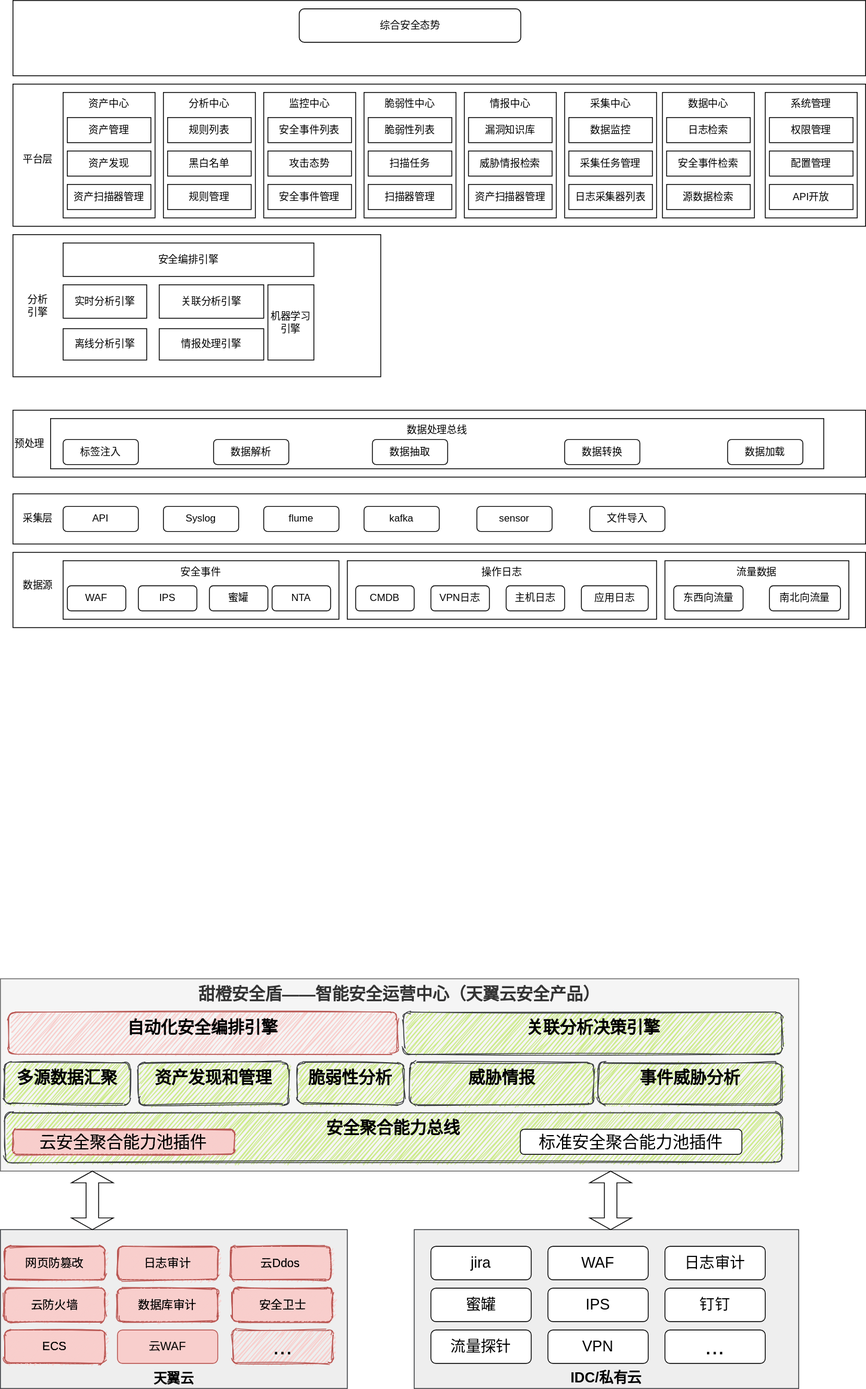
liujianqun/draw keeps this draw.io diagram as 安全大脑二期模块图.svg. Above is the earlier version. Source tidied: cells renumbered, new cells last; positions are measured from the earlier drawing's top-left corner, leaving out a move shared by most shapes.
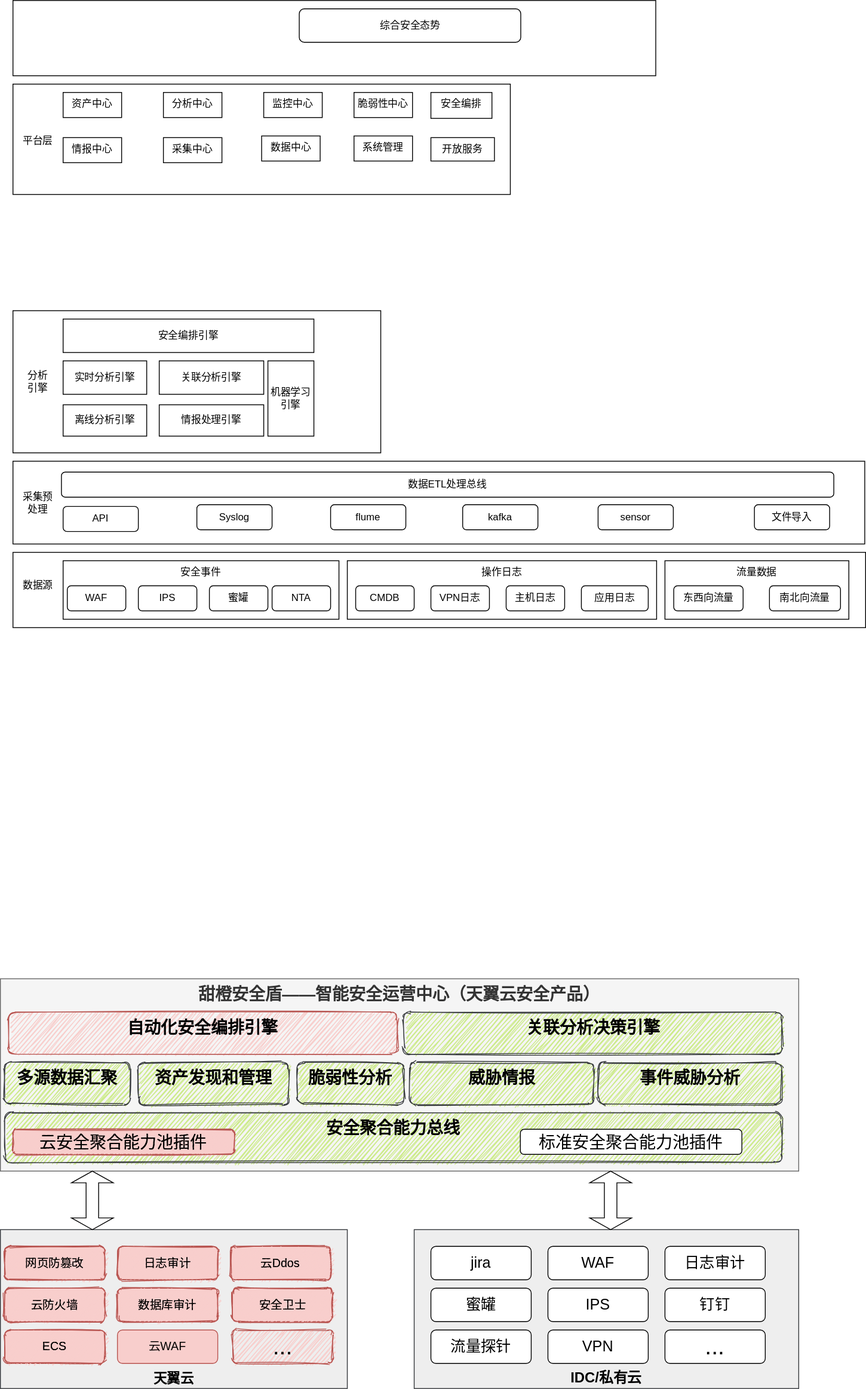
After the change.

Commit message:
Update 安全大脑二期模块图.svg

Diff of the diagram source:
```diff
@@ -2,86 +2,56 @@
   <root>
     <mxCell id="0" />
     <mxCell id="1" parent="0" />
-    <mxCell id="2" value="预处理" style="rounded=0;whiteSpace=wrap;html=1;align=left;" parent="1" vertex="1">
-      <mxGeometry x="15" y="490" width="1020" height="80" as="geometry" />
-    </mxCell>
-    <mxCell id="3" value="数据处理总线" style="rounded=0;whiteSpace=wrap;html=1;align=center;verticalAlign=top;" parent="1" vertex="1">
-      <mxGeometry x="60" y="500" width="925" height="60" as="geometry" />
-    </mxCell>
     <mxCell id="4" style="rounded=0;whiteSpace=wrap;html=1;" parent="1" vertex="1">
-      <mxGeometry x="15" width="1020" height="90" as="geometry" />
+      <mxGeometry x="15" width="769" height="90" as="geometry" />
     </mxCell>
     <mxCell id="5" value="综合安全态势" style="rounded=1;whiteSpace=wrap;html=1;" parent="1" vertex="1">
       <mxGeometry x="357.5" y="10" width="265" height="40" as="geometry" />
     </mxCell>
     <mxCell id="6" style="rounded=0;whiteSpace=wrap;html=1;" parent="1" vertex="1">
-      <mxGeometry x="15" y="100" width="1020" height="170" as="geometry" />
+      <mxGeometry x="15" y="100" width="595" height="132" as="geometry" />
     </mxCell>
     <mxCell id="7" value="平台层" style="text;html=1;strokeColor=none;fillColor=none;align=center;verticalAlign=middle;whiteSpace=wrap;rounded=0;" parent="1" vertex="1">
-      <mxGeometry x="25" y="180" width="40" height="20" as="geometry" />
+      <mxGeometry x="25" y="158" width="40" height="20" as="geometry" />
     </mxCell>
     <mxCell id="8" value="资产中心" style="rounded=0;whiteSpace=wrap;html=1;align=center;verticalAlign=top;" parent="1" vertex="1">
-      <mxGeometry x="75" y="110" width="110" height="150" as="geometry" />
+      <mxGeometry x="75" y="110" width="70" height="30" as="geometry" />
     </mxCell>
-    <mxCell id="9" value="资产管理" style="rounded=0;whiteSpace=wrap;html=1;" parent="1" vertex="1">
-      <mxGeometry x="80" y="140" width="100" height="30" as="geometry" />
-    </mxCell>
     <mxCell id="10" value="分析中心" style="rounded=0;whiteSpace=wrap;html=1;align=center;verticalAlign=top;" parent="1" vertex="1">
-      <mxGeometry x="195" y="110" width="110" height="150" as="geometry" />
+      <mxGeometry x="195" y="110" width="70" height="30" as="geometry" />
     </mxCell>
-    <mxCell id="11" value="规则列表" style="rounded=0;whiteSpace=wrap;html=1;" parent="1" vertex="1">
-      <mxGeometry x="200" y="140" width="100" height="30" as="geometry" />
-    </mxCell>
     <mxCell id="12" value="监控中心" style="rounded=0;whiteSpace=wrap;html=1;align=center;verticalAlign=top;" parent="1" vertex="1">
-      <mxGeometry x="315" y="110" width="110" height="150" as="geometry" />
+      <mxGeometry x="315" y="110" width="70" height="30" as="geometry" />
     </mxCell>
-    <mxCell id="13" value="安全事件列表" style="rounded=0;whiteSpace=wrap;html=1;" parent="1" vertex="1">
-      <mxGeometry x="320" y="140" width="100" height="30" as="geometry" />
-    </mxCell>
     <mxCell id="14" value="脆弱性中心" style="rounded=0;whiteSpace=wrap;html=1;align=center;verticalAlign=top;" parent="1" vertex="1">
-      <mxGeometry x="435" y="110" width="110" height="150" as="geometry" />
+      <mxGeometry x="423" y="110" width="70" height="30" as="geometry" />
     </mxCell>
-    <mxCell id="15" value="脆弱性列表" style="rounded=0;whiteSpace=wrap;html=1;" parent="1" vertex="1">
-      <mxGeometry x="440" y="140" width="100" height="30" as="geometry" />
-    </mxCell>
     <mxCell id="16" value="情报中心" style="rounded=0;whiteSpace=wrap;html=1;align=center;verticalAlign=top;" parent="1" vertex="1">
-      <mxGeometry x="555" y="110" width="110" height="150" as="geometry" />
+      <mxGeometry x="75" y="164" width="70" height="30" as="geometry" />
     </mxCell>
-    <mxCell id="17" value="漏洞知识库" style="rounded=0;whiteSpace=wrap;html=1;" parent="1" vertex="1">
-      <mxGeometry x="560" y="140" width="100" height="30" as="geometry" />
-    </mxCell>
     <mxCell id="18" value="采集中心" style="rounded=0;whiteSpace=wrap;html=1;align=center;verticalAlign=top;" parent="1" vertex="1">
-      <mxGeometry x="675" y="110" width="110" height="150" as="geometry" />
+      <mxGeometry x="195" y="164" width="70" height="30" as="geometry" />
     </mxCell>
-    <mxCell id="19" value="数据监控" style="rounded=0;whiteSpace=wrap;html=1;" parent="1" vertex="1">
-      <mxGeometry x="680" y="140" width="100" height="30" as="geometry" />
-    </mxCell>
     <mxCell id="20" value="系统管理" style="rounded=0;whiteSpace=wrap;html=1;align=center;verticalAlign=top;" parent="1" vertex="1">
-      <mxGeometry x="915" y="110" width="110" height="150" as="geometry" />
+      <mxGeometry x="423" y="162" width="70" height="30" as="geometry" />
     </mxCell>
-    <mxCell id="21" value="权限管理" style="rounded=0;whiteSpace=wrap;html=1;" parent="1" vertex="1">
-      <mxGeometry x="920" y="140" width="100" height="30" as="geometry" />
-    </mxCell>
     <mxCell id="22" value="数据中心" style="rounded=0;whiteSpace=wrap;html=1;align=center;verticalAlign=top;" parent="1" vertex="1">
-      <mxGeometry x="792" y="110" width="110" height="150" as="geometry" />
+      <mxGeometry x="312.5" y="162" width="70" height="30" as="geometry" />
     </mxCell>
-    <mxCell id="23" value="日志检索" style="rounded=0;whiteSpace=wrap;html=1;" parent="1" vertex="1">
-      <mxGeometry x="797" y="140" width="100" height="30" as="geometry" />
-    </mxCell>
     <mxCell id="24" style="rounded=0;whiteSpace=wrap;html=1;align=left;" parent="1" vertex="1">
-      <mxGeometry x="15" y="280" width="440" height="170" as="geometry" />
+      <mxGeometry x="15" y="371" width="440" height="170" as="geometry" />
     </mxCell>
     <mxCell id="25" value="分析引擎" style="text;html=1;strokeColor=none;fillColor=none;align=center;verticalAlign=middle;whiteSpace=wrap;rounded=0;" parent="1" vertex="1">
-      <mxGeometry x="30" y="352.5" width="30" height="25" as="geometry" />
+      <mxGeometry x="30" y="443.5" width="30" height="25" as="geometry" />
     </mxCell>
     <mxCell id="26" style="rounded=0;whiteSpace=wrap;html=1;align=left;" parent="1" vertex="1">
-      <mxGeometry x="15" y="590" width="1020" height="60" as="geometry" />
+      <mxGeometry x="15" y="551" width="1019" height="99" as="geometry" />
     </mxCell>
     <mxCell id="27" style="rounded=0;whiteSpace=wrap;html=1;align=left;" parent="1" vertex="1">
       <mxGeometry x="15" y="660" width="1020" height="90" as="geometry" />
     </mxCell>
-    <mxCell id="28" value="采集层" style="text;html=1;strokeColor=none;fillColor=none;align=center;verticalAlign=middle;whiteSpace=wrap;rounded=0;" parent="1" vertex="1">
-      <mxGeometry x="25" y="610" width="40" height="20" as="geometry" />
+    <mxCell id="28" value="采集预处理" style="text;html=1;strokeColor=none;fillColor=none;align=center;verticalAlign=middle;whiteSpace=wrap;rounded=0;" parent="1" vertex="1">
+      <mxGeometry x="25" y="590.5" width="40" height="20" as="geometry" />
     </mxCell>
     <mxCell id="29" value="数据源" style="text;html=1;strokeColor=none;fillColor=none;align=center;verticalAlign=middle;whiteSpace=wrap;rounded=0;" parent="1" vertex="1">
       <mxGeometry x="25" y="690" width="40" height="20" as="geometry" />
@@ -108,91 +78,43 @@
       <mxGeometry x="80" y="700" width="70" height="30" as="geometry" />
     </mxCell>
     <mxCell id="37" value="安全编排引擎" style="rounded=0;whiteSpace=wrap;html=1;" parent="1" vertex="1">
-      <mxGeometry x="75" y="290" width="300" height="40" as="geometry" />
+      <mxGeometry x="75" y="381" width="300" height="40" as="geometry" />
     </mxCell>
     <mxCell id="38" value="实时分析引擎" style="rounded=0;whiteSpace=wrap;html=1;" parent="1" vertex="1">
-      <mxGeometry x="75" y="340" width="100" height="40" as="geometry" />
+      <mxGeometry x="75" y="431" width="100" height="40" as="geometry" />
     </mxCell>
     <mxCell id="39" value="离线分析引擎" style="rounded=0;whiteSpace=wrap;html=1;" parent="1" vertex="1">
-      <mxGeometry x="75" y="392.5" width="100" height="37.5" as="geometry" />
+      <mxGeometry x="75" y="483.5" width="100" height="37.5" as="geometry" />
     </mxCell>
     <mxCell id="40" value="关联分析引擎" style="rounded=0;whiteSpace=wrap;html=1;" parent="1" vertex="1">
-      <mxGeometry x="190" y="340" width="125" height="40" as="geometry" />
+      <mxGeometry x="190" y="431" width="125" height="40" as="geometry" />
     </mxCell>
     <mxCell id="41" value="机器学习引擎" style="rounded=0;whiteSpace=wrap;html=1;" parent="1" vertex="1">
-      <mxGeometry x="320" y="340" width="55" height="90" as="geometry" />
+      <mxGeometry x="320" y="431" width="55" height="90" as="geometry" />
     </mxCell>
     <mxCell id="42" value="情报处理引擎" style="rounded=0;whiteSpace=wrap;html=1;" parent="1" vertex="1">
-      <mxGeometry x="190" y="392.5" width="125" height="37.5" as="geometry" />
+      <mxGeometry x="190" y="483.5" width="125" height="37.5" as="geometry" />
     </mxCell>
     <mxCell id="43" value="API" style="rounded=1;whiteSpace=wrap;html=1;align=center;" parent="1" vertex="1">
       <mxGeometry x="75" y="605" width="90" height="30" as="geometry" />
     </mxCell>
     <mxCell id="44" value="Syslog" style="rounded=1;whiteSpace=wrap;html=1;align=center;" parent="1" vertex="1">
-      <mxGeometry x="195" y="605" width="90" height="30" as="geometry" />
+      <mxGeometry x="235" y="603" width="90" height="30" as="geometry" />
     </mxCell>
     <mxCell id="45" value="flume" style="rounded=1;whiteSpace=wrap;html=1;align=center;" parent="1" vertex="1">
-      <mxGeometry x="315" y="605" width="90" height="30" as="geometry" />
+      <mxGeometry x="395" y="603" width="90" height="30" as="geometry" />
     </mxCell>
     <mxCell id="46" value="kafka" style="rounded=1;whiteSpace=wrap;html=1;align=center;" parent="1" vertex="1">
-      <mxGeometry x="435" y="605" width="90" height="30" as="geometry" />
+      <mxGeometry x="553" y="603" width="90" height="30" as="geometry" />
     </mxCell>
     <mxCell id="47" value="sensor" style="rounded=1;whiteSpace=wrap;html=1;align=center;" parent="1" vertex="1">
-      <mxGeometry x="570" y="605" width="90" height="30" as="geometry" />
+      <mxGeometry x="715" y="603" width="90" height="30" as="geometry" />
     </mxCell>
     <mxCell id="48" value="IPS" style="rounded=1;whiteSpace=wrap;html=1;" parent="1" vertex="1">
       <mxGeometry x="165" y="700" width="70" height="30" as="geometry" />
     </mxCell>
-    <mxCell id="49" value="资产发现" style="rounded=0;whiteSpace=wrap;html=1;" parent="1" vertex="1">
-      <mxGeometry x="80" y="180" width="100" height="30" as="geometry" />
-    </mxCell>
-    <mxCell id="50" value="资产扫描器管理" style="rounded=0;whiteSpace=wrap;html=1;" parent="1" vertex="1">
-      <mxGeometry x="80" y="220" width="100" height="30" as="geometry" />
-    </mxCell>
-    <mxCell id="51" value="黑白名单" style="rounded=0;whiteSpace=wrap;html=1;" parent="1" vertex="1">
-      <mxGeometry x="200" y="180" width="100" height="30" as="geometry" />
-    </mxCell>
-    <mxCell id="52" value="规则管理" style="rounded=0;whiteSpace=wrap;html=1;" parent="1" vertex="1">
-      <mxGeometry x="200" y="220" width="100" height="30" as="geometry" />
-    </mxCell>
-    <mxCell id="53" value="攻击态势" style="rounded=0;whiteSpace=wrap;html=1;" parent="1" vertex="1">
-      <mxGeometry x="320" y="180" width="100" height="30" as="geometry" />
-    </mxCell>
-    <mxCell id="54" value="安全事件管理" style="rounded=0;whiteSpace=wrap;html=1;" parent="1" vertex="1">
-      <mxGeometry x="320" y="220" width="100" height="30" as="geometry" />
-    </mxCell>
-    <mxCell id="55" value="扫描任务" style="rounded=0;whiteSpace=wrap;html=1;" parent="1" vertex="1">
-      <mxGeometry x="440" y="180" width="100" height="30" as="geometry" />
-    </mxCell>
-    <mxCell id="56" value="扫描器管理" style="rounded=0;whiteSpace=wrap;html=1;" parent="1" vertex="1">
-      <mxGeometry x="440" y="220" width="100" height="30" as="geometry" />
-    </mxCell>
-    <mxCell id="57" value="威胁情报检索" style="rounded=0;whiteSpace=wrap;html=1;" parent="1" vertex="1">
-      <mxGeometry x="560" y="180" width="100" height="30" as="geometry" />
-    </mxCell>
-    <mxCell id="58" value="资产扫描器管理" style="rounded=0;whiteSpace=wrap;html=1;" parent="1" vertex="1">
-      <mxGeometry x="560" y="220" width="100" height="30" as="geometry" />
-    </mxCell>
-    <mxCell id="59" value="采集任务管理" style="rounded=0;whiteSpace=wrap;html=1;" parent="1" vertex="1">
-      <mxGeometry x="680" y="180" width="100" height="30" as="geometry" />
-    </mxCell>
-    <mxCell id="60" value="日志采集器列表" style="rounded=0;whiteSpace=wrap;html=1;" parent="1" vertex="1">
-      <mxGeometry x="680" y="220" width="100" height="30" as="geometry" />
-    </mxCell>
-    <mxCell id="61" value="安全事件检索" style="rounded=0;whiteSpace=wrap;html=1;" parent="1" vertex="1">
-      <mxGeometry x="797" y="180" width="100" height="30" as="geometry" />
-    </mxCell>
-    <mxCell id="62" value="源数据检索" style="rounded=0;whiteSpace=wrap;html=1;" parent="1" vertex="1">
-      <mxGeometry x="797" y="220" width="100" height="30" as="geometry" />
-    </mxCell>
-    <mxCell id="63" value="配置管理" style="rounded=0;whiteSpace=wrap;html=1;" parent="1" vertex="1">
-      <mxGeometry x="920" y="180" width="100" height="30" as="geometry" />
-    </mxCell>
-    <mxCell id="64" value="API开放" style="rounded=0;whiteSpace=wrap;html=1;" parent="1" vertex="1">
-      <mxGeometry x="920" y="220" width="100" height="30" as="geometry" />
-    </mxCell>
     <mxCell id="65" value="文件导入" style="rounded=1;whiteSpace=wrap;html=1;align=center;" parent="1" vertex="1">
-      <mxGeometry x="705" y="605" width="90" height="30" as="geometry" />
+      <mxGeometry x="902" y="603" width="90" height="30" as="geometry" />
     </mxCell>
     <mxCell id="66" value="东西向流量" style="rounded=1;whiteSpace=wrap;html=1;" parent="1" vertex="1">
       <mxGeometry x="805.5" y="700" width="83" height="30" as="geometry" />
@@ -200,21 +122,6 @@
     <mxCell id="67" value="南北向流量" style="rounded=1;whiteSpace=wrap;html=1;" parent="1" vertex="1">
       <mxGeometry x="920" y="700" width="85" height="30" as="geometry" />
     </mxCell>
-    <mxCell id="68" value="标签注入" style="rounded=1;whiteSpace=wrap;html=1;align=center;" parent="1" vertex="1">
-      <mxGeometry x="75" y="525" width="90" height="30" as="geometry" />
-    </mxCell>
-    <mxCell id="69" value="数据解析" style="rounded=1;whiteSpace=wrap;html=1;align=center;" parent="1" vertex="1">
-      <mxGeometry x="255" y="525" width="90" height="30" as="geometry" />
-    </mxCell>
-    <mxCell id="70" value="数据抽取" style="rounded=1;whiteSpace=wrap;html=1;align=center;" parent="1" vertex="1">
-      <mxGeometry x="445" y="525" width="90" height="30" as="geometry" />
-    </mxCell>
-    <mxCell id="71" value="数据转换" style="rounded=1;whiteSpace=wrap;html=1;align=center;" parent="1" vertex="1">
-      <mxGeometry x="675" y="525" width="90" height="30" as="geometry" />
-    </mxCell>
-    <mxCell id="72" value="数据加载" style="rounded=1;whiteSpace=wrap;html=1;align=center;" parent="1" vertex="1">
-      <mxGeometry x="870" y="525" width="90" height="30" as="geometry" />
-    </mxCell>
     <mxCell id="73" value="蜜罐" style="rounded=1;whiteSpace=wrap;html=1;" parent="1" vertex="1">
       <mxGeometry x="250" y="700" width="70" height="30" as="geometry" />
     </mxCell>
@@ -347,5 +254,14 @@
     <mxCell id="116" value="ECS" style="rounded=1;whiteSpace=wrap;html=1;fontSize=14;fillColor=#f8cecc;strokeColor=#b85450;sketch=1;" parent="1" vertex="1">
       <mxGeometry x="5" y="1590" width="120" height="40" as="geometry" />
     </mxCell>
+    <mxCell id="117" value="数据ETL处理总线" style="rounded=1;whiteSpace=wrap;html=1;align=center;" parent="1" vertex="1">
+      <mxGeometry x="73" y="564" width="924" height="30" as="geometry" />
+    </mxCell>
+    <mxCell id="118" value="安全编排" style="rounded=0;whiteSpace=wrap;html=1;align=center;verticalAlign=top;" parent="1" vertex="1">
+      <mxGeometry x="515" y="110" width="73" height="31" as="geometry" />
+    </mxCell>
+    <mxCell id="119" value="开放服务" style="rounded=0;whiteSpace=wrap;html=1;align=center;verticalAlign=top;" parent="1" vertex="1">
+      <mxGeometry x="515" y="164" width="76" height="28" as="geometry" />
+    </mxCell>
   </root>
 </mxGraphModel>
```
